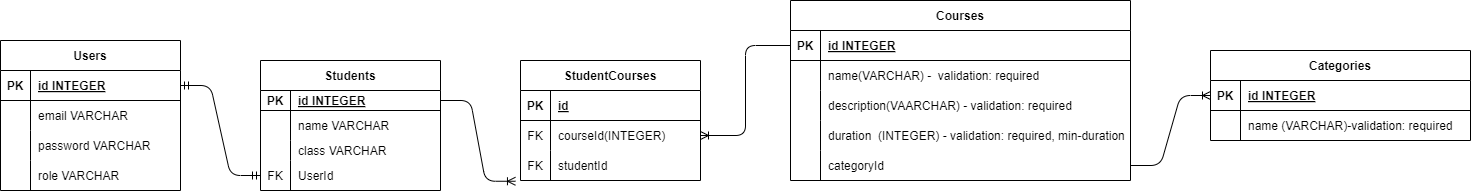
This is schema.drawio.png from QQPP37/PP-KP, a draw.io export, as it was before one commit. Source tidied: cells renumbered, new cells last; positions are measured from the earlier drawing's top-left corner, leaving out a move shared by most shapes.
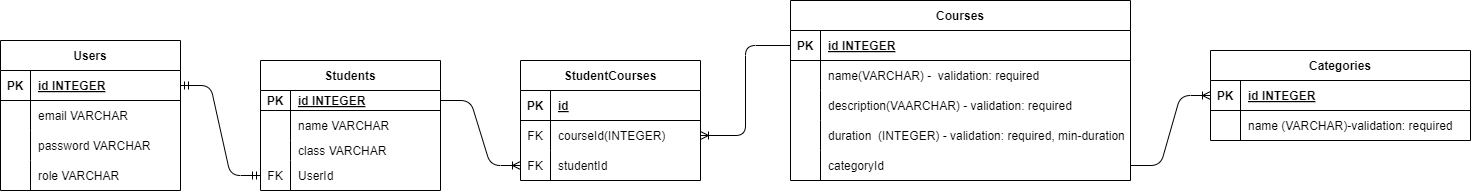
After the commit.

Diff of the diagram source:
```diff
@@ -164,7 +164,7 @@
     <mxCell id="55" style="edgeStyle=entityRelationEdgeStyle;fontSize=12;html=1;endArrow=ERmandOne;startArrow=ERmandOne;" parent="1" edge="1" source="32" target="12">
       <mxGeometry relative="1" as="geometry" />
     </mxCell>
-    <mxCell id="56" style="edgeStyle=entityRelationEdgeStyle;fontSize=12;html=1;endArrow=ERoneToMany;entryX=-0.028;entryY=1.025;entryDx=0;entryDy=0;entryPerimeter=0;" parent="1" edge="1" source="3" target="51">
+    <mxCell id="56" style="edgeStyle=entityRelationEdgeStyle;fontSize=12;html=1;endArrow=ERoneToMany;entryX=0;entryY=0.5;entryDx=0;entryDy=0;" parent="1" edge="1" source="3" target="51">
       <mxGeometry relative="1" as="geometry" />
     </mxCell>
     <mxCell id="57" value="Categories" style="shape=table;startSize=30;rowLines=0;fontStyle=1;align=center;" parent="1" vertex="1">
```
